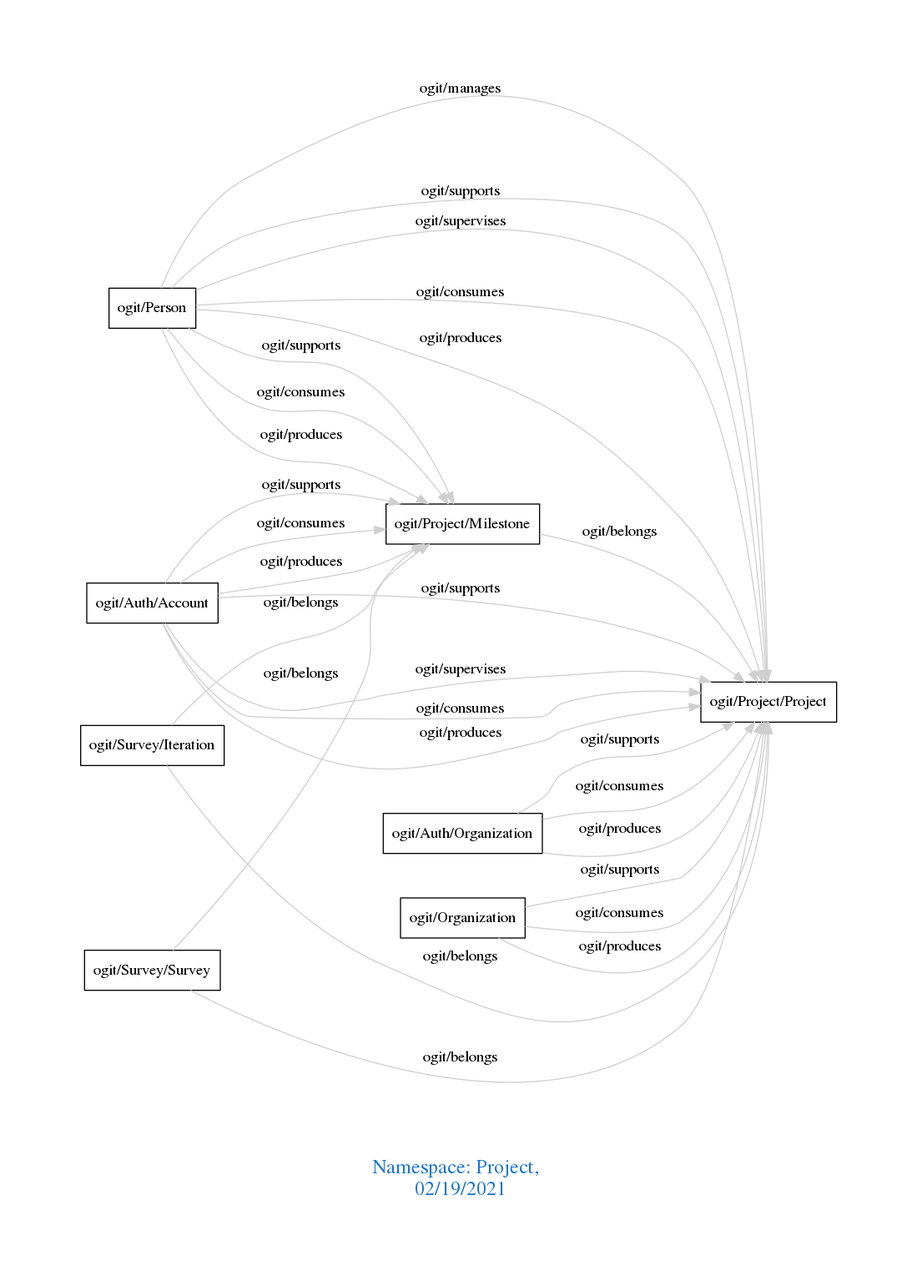
The Graphviz diagram downloads/Project.png in arago/OGIT, before a commit. Its source is kept beside it as downloads/Project.dot.
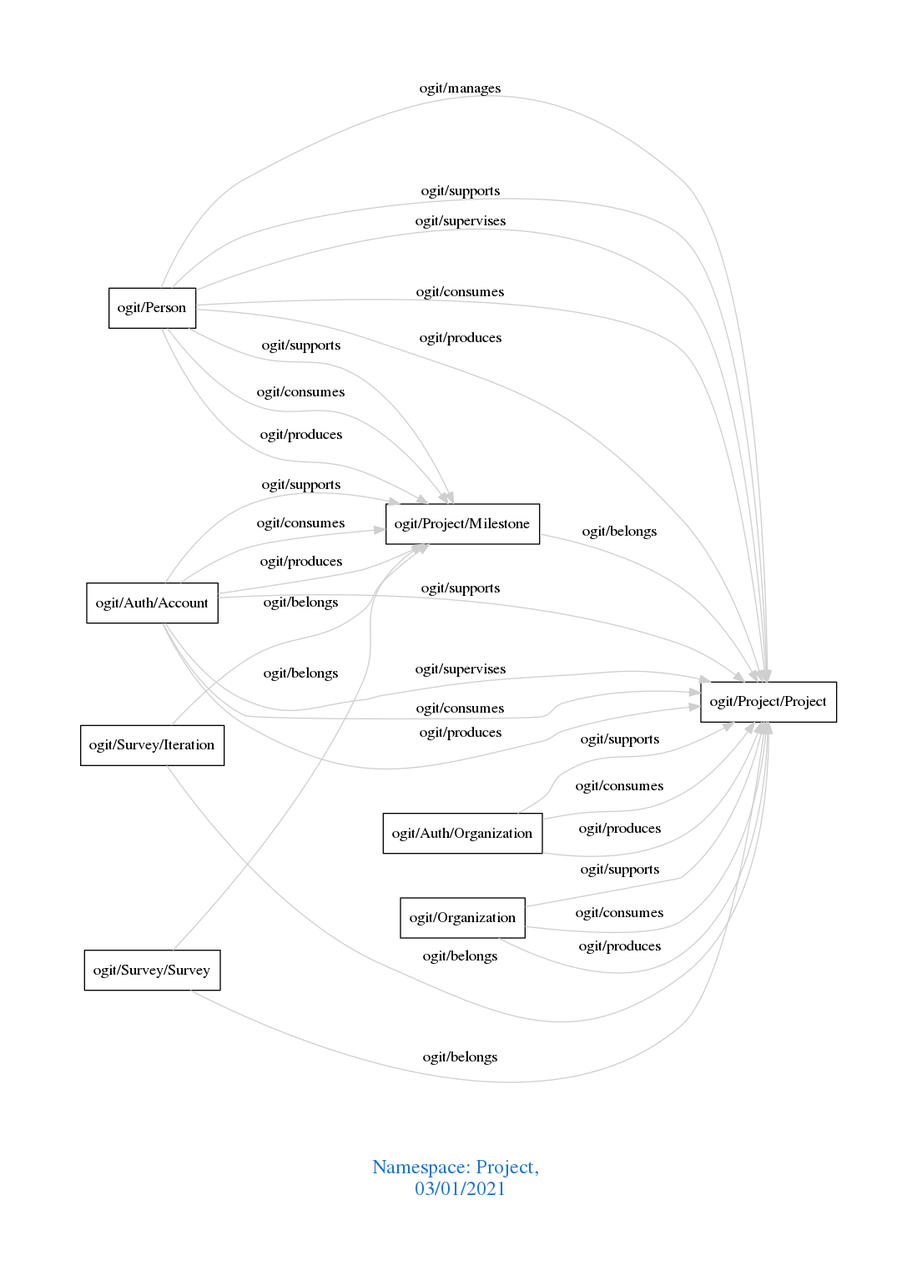
The same file after the commit.

The edit, as a diff of the source:
```diff
@@ -1,7 +1,7 @@
 digraph OGIT_ontology {
  graph [ rankdir= LR,pad=1
 fontsize = 18,
-fontcolor= dodgerblue3,label = "\n\n\nNamespace: Project, \n 02/19/2021"];
+fontcolor= dodgerblue3,label = "\n\n\nNamespace: Project, \n 03/01/2021"];
 node[shape=polygon];
 edge [  color="gray81"];
 
```
